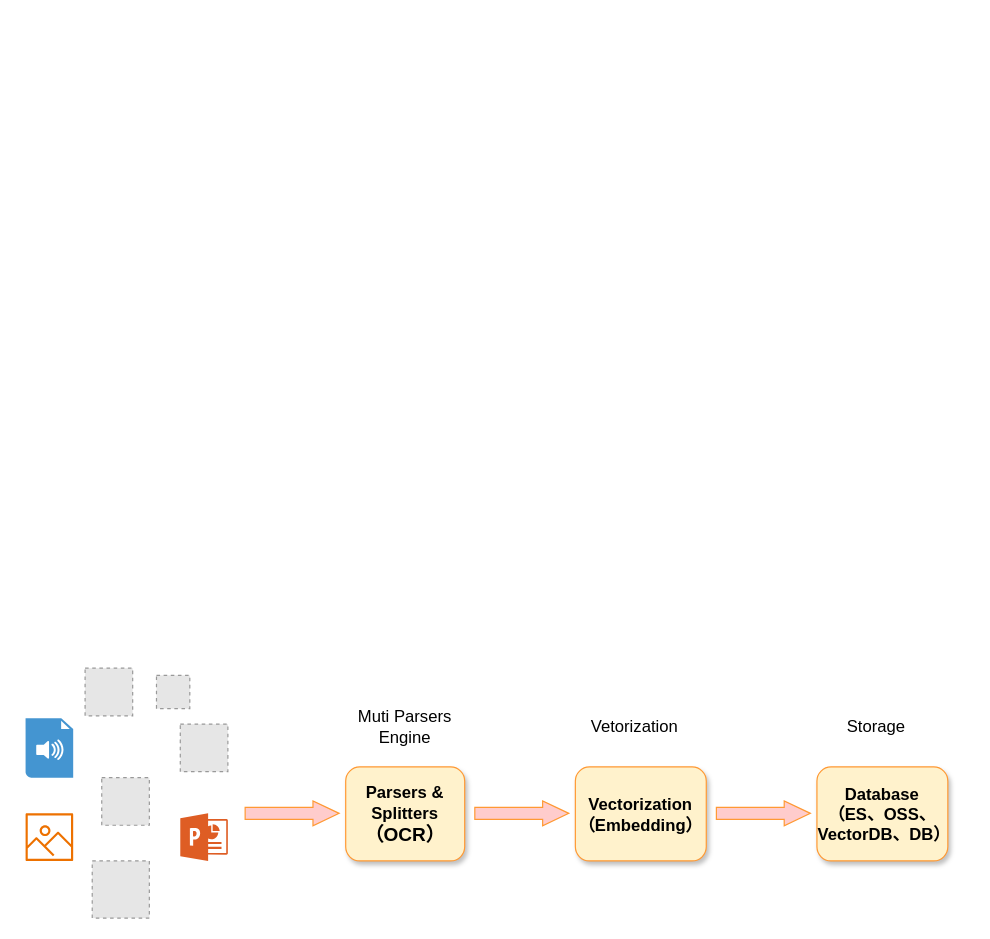
Earlier version of the draw.io diagram public/RAGDify.drawio (leestar991/agi-proxy). Source tidied: cells renumbered, new cells numbered last; positions are measured from the earlier drawing's top-left corner, leaving out a move shared by most shapes. Both pictures are drawn from the tidied source at 119%, with x=0, y=0 at pixel (25, 668). Pictures stored in the file or linked from it are replaced by grey dashed boxes.
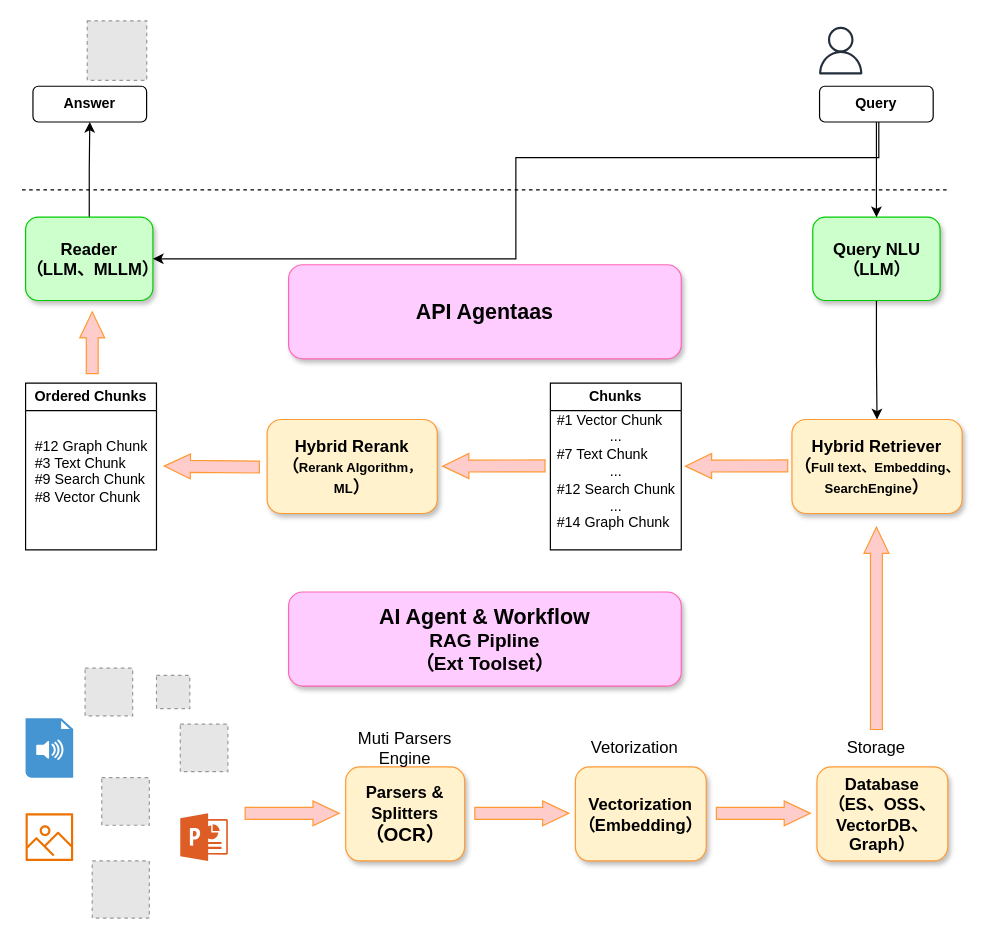
The same page after the edit.

Change to the diagram source:
```diff
@@
     <mxCell id="12" value="&lt;font style=&quot;font-size: 14px;&quot;&gt;Muti Parsers Engine&lt;/font&gt;" style="text;html=1;align=center;verticalAlign=middle;whiteSpace=wrap;rounded=0;" parent="1" vertex="1">
-      <mxGeometry x="269" y="34" width="100" height="30" as="geometry" />
+      <mxGeometry x="269" y="52" width="100" height="30" as="geometry" />
     </mxCell>
@@
     <mxCell id="15" value="&lt;font style=&quot;font-size: 14px;&quot;&gt;Vetorization&lt;/font&gt;" style="text;html=1;align=center;verticalAlign=middle;whiteSpace=wrap;rounded=0;" parent="1" vertex="1">
-      <mxGeometry x="462" y="34" width="100" height="30" as="geometry" />
+      <mxGeometry x="462" y="52" width="100" height="30" as="geometry" />
     </mxCell>
@@
-    <mxCell id="17" value="&lt;span style=&quot;font-size: 14px;&quot;&gt;&lt;b&gt;Database&lt;/b&gt;&lt;/span&gt;&lt;div&gt;&lt;span style=&quot;font-size: 14px;&quot;&gt;&lt;b&gt;（ES、OSS、VectorDB、DB）&lt;/b&gt;&lt;/span&gt;&lt;/div&gt;" style="rounded=1;whiteSpace=wrap;html=1;shadow=1;fillColor=#FFF2CC;strokeColor=#FF9933;" parent="1" vertex="1">
+    <mxCell id="17" value="&lt;span style=&quot;font-size: 14px;&quot;&gt;&lt;b&gt;Database&lt;/b&gt;&lt;/span&gt;&lt;div&gt;&lt;span style=&quot;font-size: 14px;&quot;&gt;&lt;b&gt;（ES、OSS、VectorDB、Graph）&lt;/b&gt;&lt;/span&gt;&lt;/div&gt;" style="rounded=1;whiteSpace=wrap;html=1;shadow=1;fillColor=#FFF2CC;strokeColor=#FF9933;" parent="1" vertex="1">
       <mxGeometry x="665" y="83" width="110" height="79" as="geometry" />
     </mxCell>
     <mxCell id="18" value="&lt;span style=&quot;font-size: 14px;&quot;&gt;Storage&lt;/span&gt;" style="text;html=1;align=center;verticalAlign=middle;whiteSpace=wrap;rounded=0;" parent="1" vertex="1">
-      <mxGeometry x="665" y="34" width="100" height="30" as="geometry" />
+      <mxGeometry x="665" y="52" width="100" height="30" as="geometry" />
     </mxCell>
+    <mxCell id="19" value="&lt;b style=&quot;&quot;&gt;&lt;font style=&quot;font-size: 18px;&quot;&gt;AI Agent &amp;amp; Workflow&lt;/font&gt;&lt;/b&gt;&lt;div&gt;&lt;font size=&quot;3&quot;&gt;&lt;b&gt;RAG Pipline&lt;/b&gt;&lt;/font&gt;&lt;/div&gt;&lt;div&gt;&lt;b style=&quot;&quot;&gt;&lt;font size=&quot;3&quot;&gt;（Ext Toolset）&lt;/font&gt;&lt;/b&gt;&lt;/div&gt;" style="rounded=1;whiteSpace=wrap;html=1;shadow=1;fillColor=#FFCCFF;strokeColor=#FF66B3;" parent="1" vertex="1">
+      <mxGeometry x="221" y="-64" width="330" height="79" as="geometry" />
+    </mxCell>
+    <mxCell id="20" style="shape=flexArrow;endArrow=classic;html=1;rounded=0;width=10;endSize=7;endWidth=10;fillColor=#FFCCCC;strokeColor=#FF9933;" parent="1" edge="1">
+      <mxGeometry relative="1" as="geometry">
+        <mxPoint x="715" y="52" as="sourcePoint" />
+        <mxPoint x="715" y="-119" as="targetPoint" />
+      </mxGeometry>
+    </mxCell>
+    <mxCell id="21" value="&lt;span style=&quot;font-size: 14px;&quot;&gt;&lt;b&gt;Hybrid Retriever&lt;/b&gt;&lt;/span&gt;&lt;div&gt;&lt;b style=&quot;&quot;&gt;&lt;span style=&quot;font-size: 14px;&quot;&gt;（&lt;/span&gt;&lt;font style=&quot;font-size: 11px;&quot;&gt;Full text、Embedding、SearchEngine&lt;/font&gt;&lt;span style=&quot;font-size: 14px;&quot;&gt;）&lt;/span&gt;&lt;/b&gt;&lt;/div&gt;" style="rounded=1;whiteSpace=wrap;html=1;shadow=1;fillColor=#FFF2CC;strokeColor=#FF9933;" parent="1" vertex="1">
+      <mxGeometry x="644" y="-209" width="143" height="79" as="geometry" />
+    </mxCell>
+    <mxCell id="22" style="shape=flexArrow;endArrow=classic;html=1;rounded=0;width=10;endSize=7;endWidth=10;fillColor=#FFCCCC;strokeColor=#FF9933;exitX=0;exitY=0.25;exitDx=0;exitDy=0;" parent="1" edge="1">
+      <mxGeometry relative="1" as="geometry">
+        <mxPoint x="641" y="-170" as="sourcePoint" />
+        <mxPoint x="554" y="-169.8" as="targetPoint" />
+      </mxGeometry>
+    </mxCell>
+    <mxCell id="23" value="Chunks" style="swimlane;whiteSpace=wrap;html=1;" parent="1" vertex="1">
+      <mxGeometry x="441" y="-239.5" width="110" height="140" as="geometry" />
+    </mxCell>
+    <mxCell id="24" value="&lt;div style=&quot;text-align: left;&quot;&gt;&lt;span style=&quot;background-color: initial;&quot;&gt;#1 Vector Chunk&lt;/span&gt;&lt;/div&gt;&lt;div style=&quot;&quot;&gt;...&lt;/div&gt;&lt;div style=&quot;text-align: left;&quot;&gt;#7 Text Chunk&lt;/div&gt;&lt;div style=&quot;&quot;&gt;...&lt;/div&gt;&lt;div style=&quot;text-align: left;&quot;&gt;#12 Search Chunk&lt;/div&gt;&lt;div style=&quot;&quot;&gt;...&lt;/div&gt;&lt;div style=&quot;text-align: left;&quot;&gt;#14 Graph Chunk&lt;/div&gt;&lt;div&gt;&lt;br&gt;&lt;/div&gt;" style="text;html=1;align=center;verticalAlign=middle;whiteSpace=wrap;rounded=0;" parent="23" vertex="1">
+      <mxGeometry x="3" y="22.8" width="105" height="117.2" as="geometry" />
+    </mxCell>
+    <mxCell id="25" style="shape=flexArrow;endArrow=classic;html=1;rounded=0;width=10;endSize=7;endWidth=10;fillColor=#FFCCCC;strokeColor=#FF9933;exitX=0;exitY=0.25;exitDx=0;exitDy=0;" parent="1" edge="1">
+      <mxGeometry relative="1" as="geometry">
+        <mxPoint x="437" y="-170" as="sourcePoint" />
+        <mxPoint x="350" y="-169.8" as="targetPoint" />
+      </mxGeometry>
+    </mxCell>
+    <mxCell id="26" value="&lt;span style=&quot;font-size: 14px;&quot;&gt;&lt;b&gt;Hybrid Rerank&lt;/b&gt;&lt;/span&gt;&lt;div&gt;&lt;b style=&quot;&quot;&gt;&lt;span style=&quot;font-size: 14px;&quot;&gt;（&lt;/span&gt;&lt;span style=&quot;font-size: 11px;&quot;&gt;Rerank Algorithm，ML&lt;/span&gt;&lt;span style=&quot;font-size: 14px;&quot;&gt;）&lt;/span&gt;&lt;/b&gt;&lt;/div&gt;" style="rounded=1;whiteSpace=wrap;html=1;shadow=1;fillColor=#FFF2CC;strokeColor=#FF9933;" parent="1" vertex="1">
+      <mxGeometry x="203" y="-209" width="143" height="79" as="geometry" />
+    </mxCell>
+    <mxCell id="27" value="Ordered Chunks" style="swimlane;whiteSpace=wrap;html=1;" parent="1" vertex="1">
+      <mxGeometry y="-239.5" width="110" height="140" as="geometry" />
+    </mxCell>
+    <mxCell id="28" value="&lt;div style=&quot;text-align: left;&quot;&gt;&lt;span style=&quot;background-color: initial;&quot;&gt;#12&amp;nbsp;&lt;/span&gt;&lt;span style=&quot;background-color: initial;&quot;&gt;Graph Chunk&lt;/span&gt;&lt;/div&gt;&lt;div style=&quot;text-align: left;&quot;&gt;#3 Text Chunk&lt;/div&gt;&lt;div style=&quot;text-align: left;&quot;&gt;#9 Search Chunk&lt;/div&gt;&lt;div style=&quot;text-align: left;&quot;&gt;#8&amp;nbsp;&lt;span style=&quot;background-color: initial;&quot;&gt;Vector Chunk&lt;/span&gt;&lt;/div&gt;&lt;div&gt;&lt;br&gt;&lt;/div&gt;" style="text;html=1;align=center;verticalAlign=middle;whiteSpace=wrap;rounded=0;" parent="27" vertex="1">
+      <mxGeometry x="3" y="22.8" width="105" height="117.2" as="geometry" />
+    </mxCell>
+    <mxCell id="29" style="shape=flexArrow;endArrow=classic;html=1;rounded=0;width=10;endSize=7;endWidth=10;fillColor=#FFCCCC;strokeColor=#FF9933;" parent="1" edge="1">
+      <mxGeometry relative="1" as="geometry">
+        <mxPoint x="197" y="-169" as="sourcePoint" />
+        <mxPoint x="116" y="-169.8" as="targetPoint" />
+      </mxGeometry>
+    </mxCell>
+    <mxCell id="30" style="edgeStyle=orthogonalEdgeStyle;rounded=0;jettySize=auto;html=1;entryX=0.5;entryY=1;entryDx=0;entryDy=0;" parent="1" edge="1" source="31" target="41">
+      <mxGeometry relative="1" as="geometry" />
+    </mxCell>
+    <mxCell id="31" value="&lt;span style=&quot;font-size: 14px;&quot;&gt;&lt;b&gt;Reader&lt;/b&gt;&lt;/span&gt;&lt;div&gt;&lt;span style=&quot;font-size: 14px;&quot;&gt;&lt;b&gt;（LLM、MLLM）&lt;/b&gt;&lt;/span&gt;&lt;/div&gt;" style="rounded=1;whiteSpace=wrap;html=1;shadow=1;fillColor=#CCFFCC;strokeColor=#00CC00;" parent="1" vertex="1">
+      <mxGeometry y="-379" width="107" height="70" as="geometry" />
+    </mxCell>
+    <mxCell id="32" style="shape=flexArrow;endArrow=classic;html=1;rounded=0;width=10;endSize=7;endWidth=10;fillColor=#FFCCCC;strokeColor=#FF9933;" parent="1" edge="1">
+      <mxGeometry relative="1" as="geometry">
+        <mxPoint x="56" y="-247" as="sourcePoint" />
+        <mxPoint x="56" y="-300" as="targetPoint" />
+      </mxGeometry>
+    </mxCell>
+    <mxCell id="33" style="edgeStyle=orthogonalEdgeStyle;rounded=0;jettySize=auto;html=1;" parent="1" edge="1" source="34" target="21">
+      <mxGeometry relative="1" as="geometry" />
+    </mxCell>
+    <mxCell id="34" value="&lt;span style=&quot;font-size: 14px;&quot;&gt;&lt;b&gt;Query NLU&lt;/b&gt;&lt;/span&gt;&lt;br&gt;&lt;div&gt;&lt;span style=&quot;font-size: 14px;&quot;&gt;&lt;b&gt;（LLM）&lt;/b&gt;&lt;/span&gt;&lt;/div&gt;" style="rounded=1;whiteSpace=wrap;html=1;shadow=1;fillColor=#CCFFCC;strokeColor=#00CC00;" parent="1" vertex="1">
+      <mxGeometry x="661.5" y="-379" width="107" height="70" as="geometry" />
+    </mxCell>
+    <mxCell id="35" style="endArrow=none;dashed=1;html=1;rounded=0;" parent="1" edge="1">
+      <mxGeometry relative="1" as="geometry">
+        <mxPoint x="-3" y="-402" as="sourcePoint" />
+        <mxPoint x="777" y="-402" as="targetPoint" />
+      </mxGeometry>
+    </mxCell>
+    <mxCell id="36" style="sketch=0;fontColor=#232F3E;gradientColor=none;fillColor=#232F3D;strokeColor=none;dashed=0;verticalLabelPosition=bottom;verticalAlign=top;align=center;html=1;fontSize=12;fontStyle=0;shape=mxgraph.aws4.user;" parent="1" vertex="1">
+      <mxGeometry x="665" y="-539" width="40" height="40" as="geometry" />
+    </mxCell>
+    <mxCell id="37" style="edgeStyle=orthogonalEdgeStyle;rounded=0;jettySize=auto;html=1;" parent="1" edge="1" source="39" target="34">
+      <mxGeometry relative="1" as="geometry" />
+    </mxCell>
+    <mxCell id="38" style="edgeStyle=orthogonalEdgeStyle;rounded=0;jettySize=auto;html=1;entryX=1;entryY=0.5;entryDx=0;entryDy=0;" parent="1" edge="1" target="31">
+      <mxGeometry relative="1" as="geometry">
+        <mxPoint x="717" y="-459" as="sourcePoint" />
+        <Array as="points">
+          <mxPoint x="717" y="-429" />
+          <mxPoint x="412" y="-429" />
+          <mxPoint x="412" y="-344" />
+        </Array>
+      </mxGeometry>
+    </mxCell>
+    <mxCell id="39" value="&lt;b&gt;Query&lt;/b&gt;" style="rounded=1;whiteSpace=wrap;html=1;" parent="1" vertex="1">
+      <mxGeometry x="667.2" y="-489" width="95.5" height="30" as="geometry" />
+    </mxCell>
+    <mxCell id="40" style="fillColor=#E6E6E6;strokeColor=#999999;dashed=1;html=1;verticalAlign=top;verticalLabelPosition=bottom;labelBackgroundColor=#ffffff;" parent="1" vertex="1">
+      <mxGeometry x="51.8" y="-544" width="50" height="50" as="geometry" />
+    </mxCell>
+    <mxCell id="41" value="&lt;b&gt;Answer&lt;/b&gt;" style="rounded=1;whiteSpace=wrap;html=1;" parent="1" vertex="1">
+      <mxGeometry x="6.2" y="-489" width="95.5" height="30" as="geometry" />
+    </mxCell>
+    <mxCell id="42" value="&lt;b style=&quot;&quot;&gt;&lt;font style=&quot;font-size: 18px;&quot;&gt;API Agentaas&lt;/font&gt;&lt;/b&gt;" style="rounded=1;whiteSpace=wrap;html=1;shadow=1;fillColor=#FFCCFF;strokeColor=#FF66B3;" parent="1" vertex="1">
+      <mxGeometry x="221" y="-339" width="330" height="79" as="geometry" />
+    </mxCell>
```
